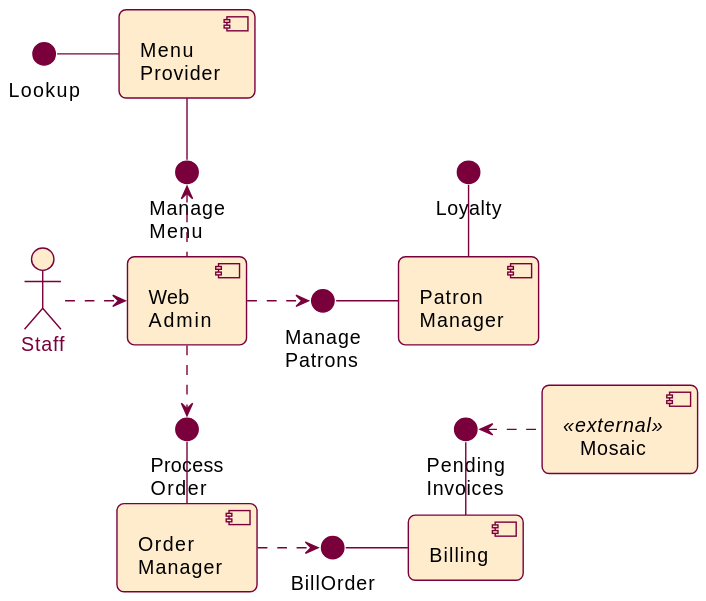
The PlantUML diagram models/component_web.svg in ace-lectures/atco-eats, before a commit. Source of this version:
```plantuml
@startuml
!include ../_style/puml.style
skinparam ranksep  5
skinparam nodesep 45





component menu    as "Menu\nProvider"
() "Lookup"       as Imenu_lookup
() "Manage\nMenu" as Imenu_mgmt
Imenu_lookup - menu
menu -- Imenu_mgmt

component billing    as "Billing"
() "BillOrder"       as Ibilling
() "Pending\nInvoices" as Ipending
Ibilling - billing
Ipending -- billing


component patrons as "Patron\nManager"
() "Loyalty"      as Iloyalty
Iloyalty -- patrons
() "Manage\nPatrons" as Ipatrons_mgmt
Ipatrons_mgmt - patrons

component ordering as "Order\nManager"
() "Process\nOrder" as Iprocess_order
ordering .> Ibilling
Iprocess_order -- ordering


component mosaic       as "Mosaic" <<external>>
Ipending <. mosaic



component "Web\nAdmin" as web
Actor "Staff" as S

S .> web
web .> Ipatrons_mgmt
Imenu_mgmt <.. web
web ..> Iprocess_order
@enduml
```
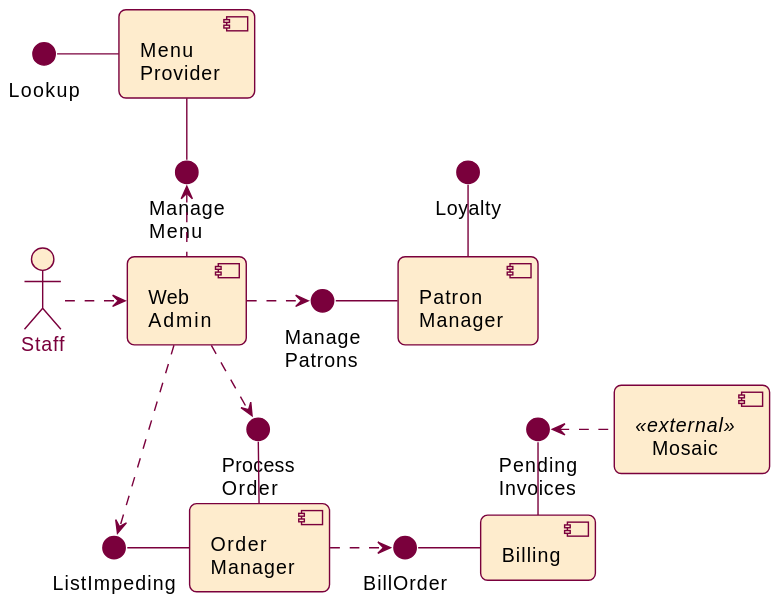
After the change.

Commit message:
update S1 to be compliant with mockup - Impeding Orders

What changed in the source:
```diff
@@ -2,9 +2,6 @@
 !include ../_style/puml.style
 skinparam ranksep  5
 skinparam nodesep 45
-
-
-
 
 
 component menu    as "Menu\nProvider"
@@ -28,7 +25,9 @@
 
 component ordering as "Order\nManager"
 () "Process\nOrder" as Iprocess_order
+() "ListImpeding" as Ilist_impeding
 ordering .> Ibilling
+Ilist_impeding - ordering
 Iprocess_order -- ordering
 
 
@@ -44,4 +43,5 @@
 web .> Ipatrons_mgmt
 Imenu_mgmt <.. web
 web ..> Iprocess_order
+web ..> Ilist_impeding
 @enduml
```
